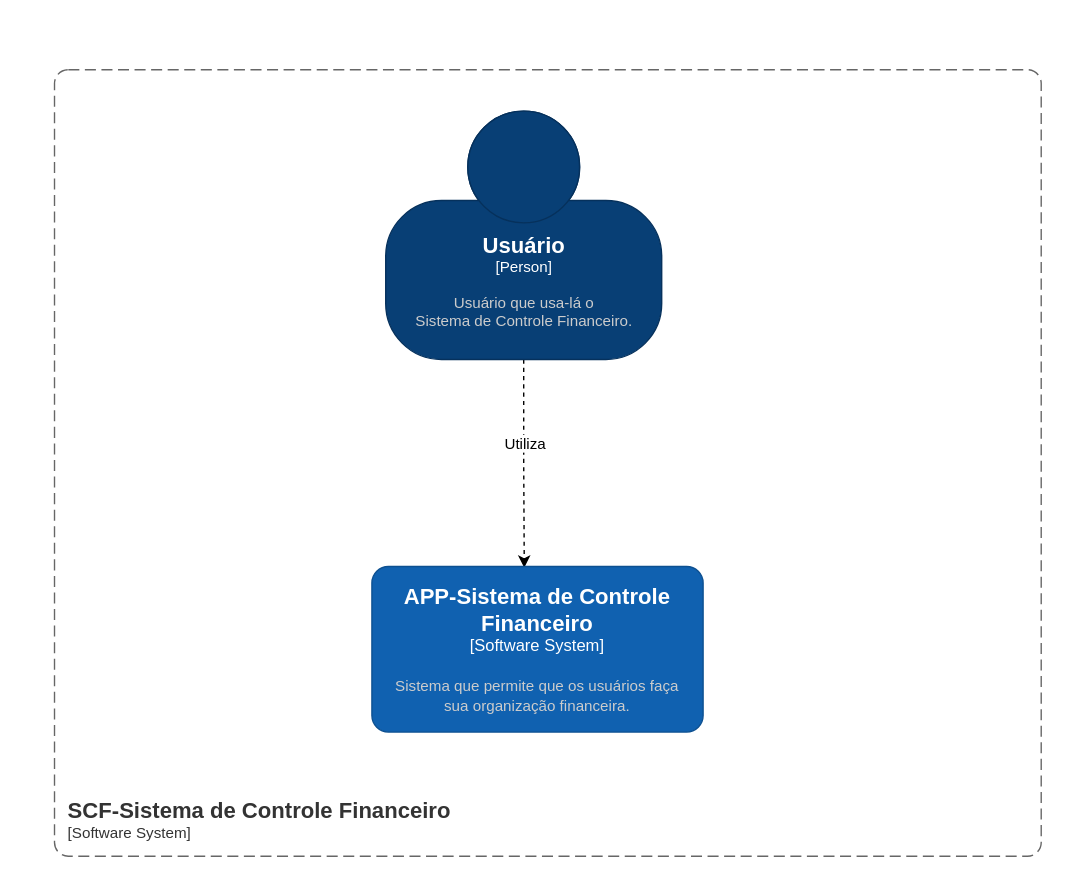
This is page "Diagrama de Contexto" (1 of 2) of Arquitetura/Diagrama de Contexto.drawio from henriquerdq/poc-sistemas-controle-financas, a draw.io file, before an edit. Source tidied: cells renumbered, new cells numbered last; positions are measured from the earlier drawing's top-left corner, leaving out a move shared by most shapes. Both pictures are drawn from the tidied source at 138%, with x=0, y=0 at pixel (54, 69).
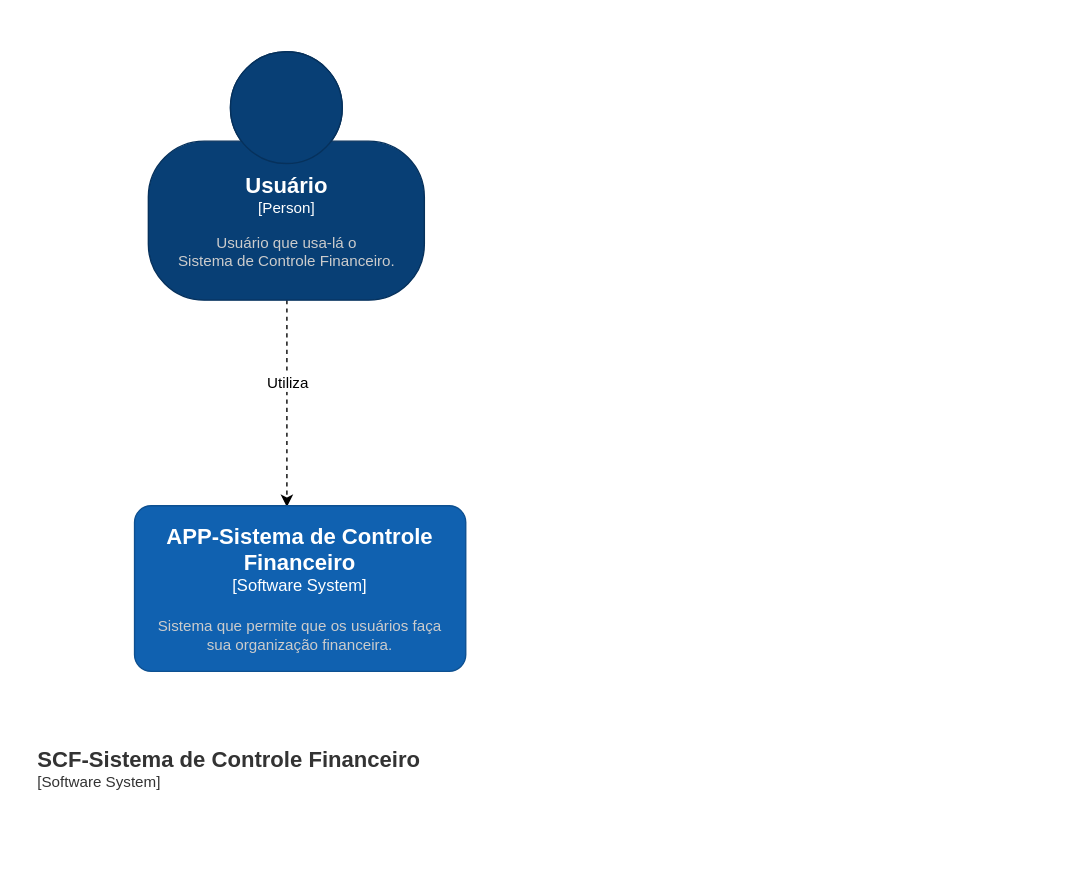
The same diagram, later.

The edit, as a diff of the source:
```diff
@@
 <mxGraphModel>
   <root>
     <mxCell id="0" />
     <mxCell id="1" parent="0" />
     <mxCell id="2" style="edgeStyle=orthogonalEdgeStyle;rounded=0;jettySize=auto;html=1;entryX=0.46;entryY=0.008;entryDx=0;entryDy=0;entryPerimeter=0;fontColor=#FFFFFF;dashed=1;" parent="1" edge="1" source="4" target="5">
-      <mxGeometry relative="1" as="geometry" />
+      <mxGeometry relative="1" as="geometry">
+        <Array as="points">
+          <mxPoint x="168" y="308" />
+        </Array>
+      </mxGeometry>
     </mxCell>
     <mxCell id="3" value="Utiliza" style="edgeLabel;html=1;align=center;verticalAlign=middle;fontColor=#000000;" parent="2" vertex="1">
       <mxGeometry x="-0.2" relative="1" as="geometry">
         <mxPoint y="-1" as="offset" />
       </mxGeometry>
     </mxCell>
     <object id="4" label="&lt;font style=&quot;font-size: 16px&quot;&gt;&lt;b&gt;%c4Name%&lt;/b&gt;&lt;/font&gt;&lt;div&gt;[%c4Type%]&lt;/div&gt;&lt;br&gt;&lt;div&gt;&lt;font style=&quot;font-size: 11px&quot;&gt;&lt;font color=&quot;#cccccc&quot;&gt;%c4Description%&lt;/font&gt;&lt;/div&gt;" c4Description="Usuário que usa-lá o &#10;Sistema de Controle Financeiro." c4Name="Usuário" c4Type="Person" placeholders="1">
       <mxCell style="html=1;fontSize=11;dashed=0;whitespace=wrap;fillColor=#083F75;strokeColor=#06315C;fontColor=#ffffff;shape=mxgraph.c4.person2;align=center;points=[[0.5,0,0],[1,0.5,0],[1,0.75,0],[0.75,1,0],[0.5,1,0],[0.25,1,0],[0,0.75,0],[0,0.5,0]];" parent="1" vertex="1">
-        <mxGeometry x="240" y="30" width="200" height="180" as="geometry" />
+        <mxGeometry x="68" y="-13" width="200" height="180" as="geometry" />
       </mxCell>
     </object>
     <object id="5" label="&lt;font style=&quot;font-size: 16px&quot;&gt;&lt;b&gt;%c4Name%&lt;/b&gt;&lt;/font&gt;&lt;div&gt;[%c4Type%]&lt;/div&gt;&lt;br&gt;&lt;div&gt;&lt;font style=&quot;font-size: 11px&quot;&gt;&lt;font color=&quot;#cccccc&quot;&gt;%c4Description%&lt;/font&gt;&lt;/div&gt;" c4Description="Sistema que permite que os usuários faça &#10;sua organização financeira." c4Name="APP-Sistema de Controle Financeiro" c4Type="Software System" placeholders="1">
       <mxCell style="rounded=1;whiteSpace=wrap;html=1;labelBackgroundColor=none;fillColor=#1061B0;fontColor=#ffffff;align=center;arcSize=10;strokeColor=#0D5091;points=[[0.25,0,0],[0.5,0,0],[0.75,0,0],[1,0.25,0],[1,0.5,0],[1,0.75,0],[0.75,1,0],[0.5,1,0],[0.25,1,0],[0,0.75,0],[0,0.5,0],[0,0.25,0]];" parent="1" vertex="1">
-        <mxGeometry x="230" y="360" width="240" height="120" as="geometry" />
+        <mxGeometry x="58" y="316" width="240" height="120" as="geometry" />
       </mxCell>
     </object>
     <object id="6" label="&lt;font style=&quot;font-size: 16px&quot;&gt;&lt;b&gt;&lt;div style=&quot;text-align: left&quot;&gt;%c4Name%&lt;/div&gt;&lt;/b&gt;&lt;/font&gt;&lt;div style=&quot;text-align: left&quot;&gt;[%c4Application%]&lt;/div&gt;" c4Application="Software System" c4Name="SCF-Sistema de Controle Financeiro" placeholders="1">
-      <mxCell style="rounded=1;fontSize=11;whiteSpace=wrap;html=1;dashed=1;arcSize=20;fillColor=none;strokeColor=#666666;fontColor=#333333;labelBackgroundColor=none;align=left;verticalAlign=bottom;labelBorderColor=none;spacingTop=0;spacing=10;dashPattern=8 4;perimeter=rectanglePerimeter;noLabel=0;labelPadding=0;absoluteArcSize=1;" parent="1" vertex="1">
-        <mxGeometry width="715" height="570" as="geometry" />
+      <mxCell style="rounded=1;fontSize=11;whiteSpace=wrap;html=1;dashed=1;arcSize=20;fillColor=none;strokeColor=none;fontColor=#333333;labelBackgroundColor=none;align=left;verticalAlign=bottom;labelBorderColor=none;spacingTop=0;spacing=10;dashPattern=8 4;perimeter=rectanglePerimeter;noLabel=0;labelPadding=0;absoluteArcSize=1;" parent="1" vertex="1">
+        <mxGeometry x="-22" y="-33" width="377" height="566" as="geometry" />
       </mxCell>
     </object>
   </root>
 </mxGraphModel>
```
